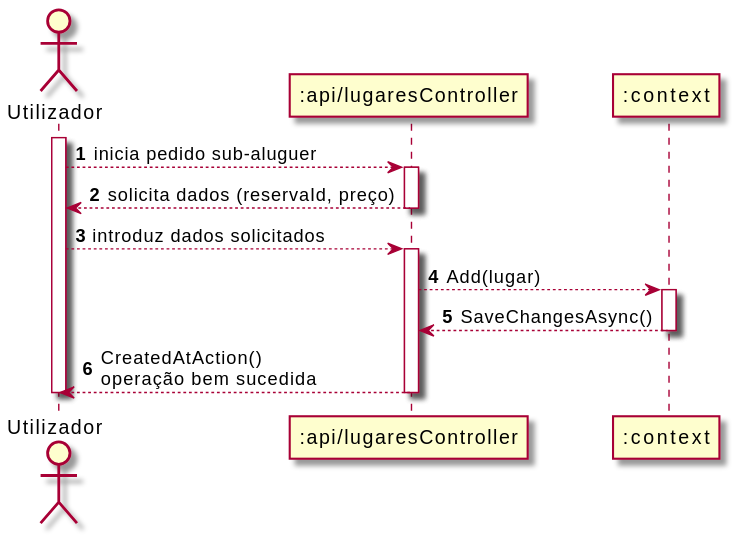
Before: Documentos/Sprint3/UC5/UC5_SD.svg, a diagram exported from PlantUML (UPskillDOTNET/Jakim-das-Coives-S.A.).
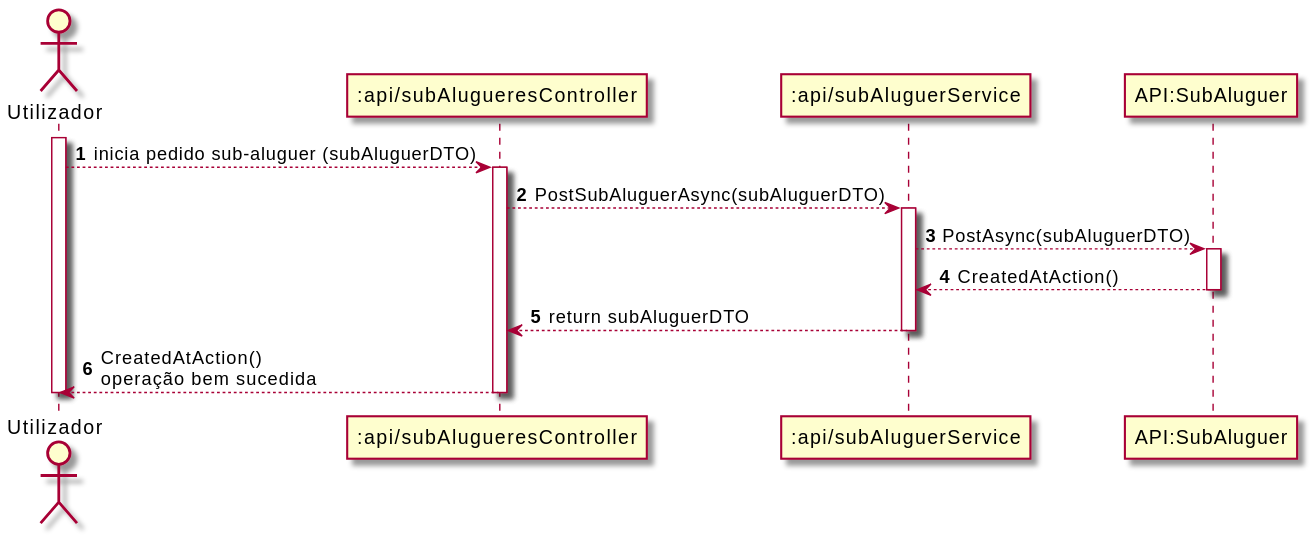
The same file after the commit.

Change to the diagram source:
```diff
@@ -1,26 +1,27 @@
 @startuml
 autonumber
 actor "Utilizador" as U
-participant ":api/lugaresController" as RC
-participant ":context" as C
+participant ":api/subAlugueresController" as SC
+participant ":api/subAluguerService" as SS
+participant "API:SubAluguer" as API
 
 activate U
-U --> RC : inicia pedido sub-aluguer
-activate RC
+U --> SC : inicia pedido sub-aluguer (subAluguerDTO)
+activate SC
 
-RC --> U : solicita dados (reservaId, preço)
-deactivate RC
+SC --> SS : PostSubAluguerAsync(subAluguerDTO)
+activate SS
 
-U --> RC : introduz dados solicitados
-activate RC
+SS --> API : PostAsync(subAluguerDTO)
+activate API
 
-RC --> C : Add(lugar)
-activate C
+API --> SS : CreatedAtAction()
+deactivate API
 
-C --> RC : SaveChangesAsync()
-deactivate C
+SS --> SC : return subAluguerDTO
+deactivate SS
 
-RC --> U: CreatedAtAction()\noperação bem sucedida
-deactivate RC
+SC --> U: CreatedAtAction()\noperação bem sucedida
+deactivate SC
 deactivate U
 @enduml
```
